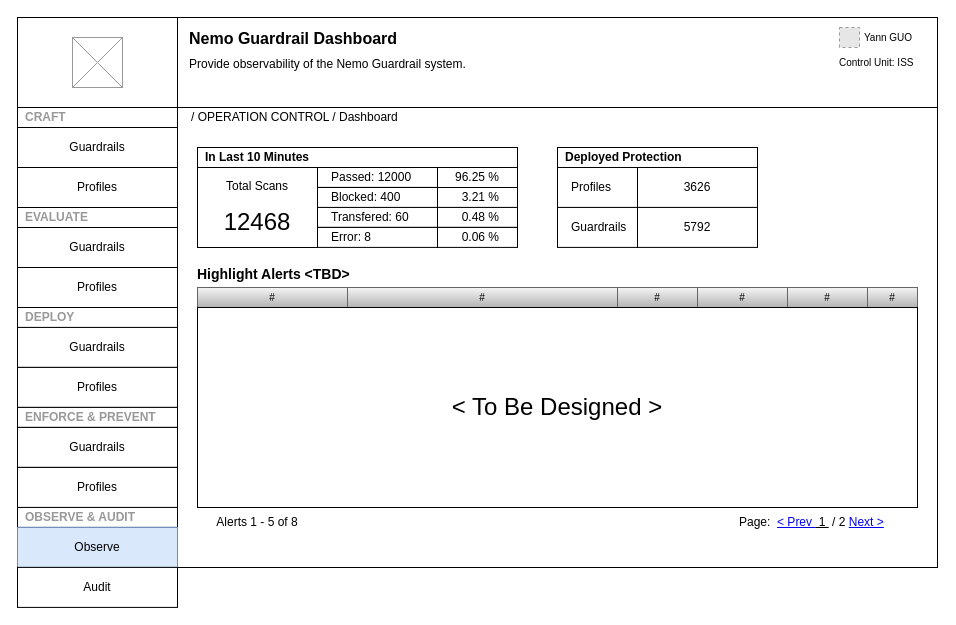
The draw.io diagram page "OA-OB-Index" (19 of 20) of NMGR.drawio in thinker-g/fx-drive, before the edit. Source tidied: cells renumbered, new cells numbered last; positions are measured from the earlier drawing's top-left corner, leaving out a move shared by most shapes. Both pictures are drawn from the tidied source at 100%, with x=0, y=0 at pixel (17, 17). Pictures stored in the file or linked from it are replaced by grey dashed boxes.
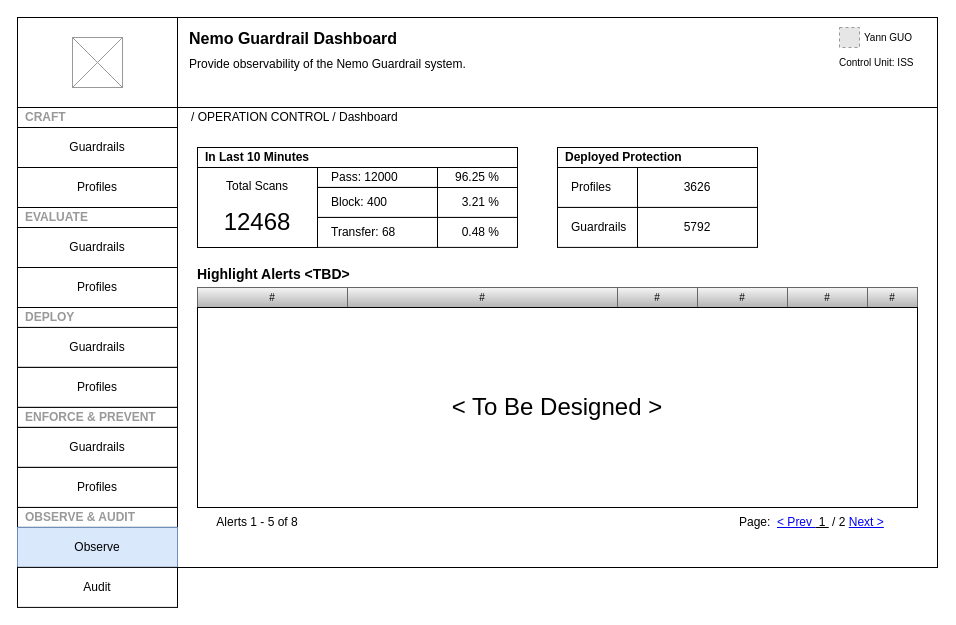
The same page after the edit.

Unchanged cells that the change refers to:
```xml
<mxCell id="10" style="group;" parent="1" vertex="1">
  <mxGeometry x="160" y="90" width="760" height="460" as="geometry" />
</mxCell>
<mxCell id="12" style="group;" parent="10" vertex="1">
  <mxGeometry x="20" y="40" width="320" height="100" as="geometry" />
</mxCell>
```

Diff of the diagram source:
```diff
@@
-    <mxCell id="15" value="Passed: 12000" style="whiteSpace=wrap;html=1;align=left;spacingLeft=12;" parent="12" vertex="1">
+    <mxCell id="15" value="Pass: 12000" style="whiteSpace=wrap;html=1;align=left;spacingLeft=12;" parent="12" vertex="1">
       <mxGeometry x="120" y="19.9" width="120" height="20" as="geometry" />
     </mxCell>
-    <mxCell id="16" value="Blocked: 400" style="whiteSpace=wrap;html=1;align=left;spacingLeft=12;" parent="12" vertex="1">
-      <mxGeometry x="120" y="40" width="120" height="20" as="geometry" />
+    <mxCell id="16" value="Block: 400" style="whiteSpace=wrap;html=1;align=left;spacingLeft=12;" parent="12" vertex="1">
+      <mxGeometry x="120" y="40" width="120" height="30" as="geometry" />
     </mxCell>
-    <mxCell id="17" value="Transfered: 60" style="whiteSpace=wrap;html=1;align=left;spacingLeft=12;" parent="12" vertex="1">
-      <mxGeometry x="120" y="59.9" width="120" height="20" as="geometry" />
-    </mxCell>
@@
     <mxCell id="19" value="&amp;nbsp; 3.21 %" style="whiteSpace=wrap;html=1;align=center;spacingLeft=0;" parent="12" vertex="1">
-      <mxGeometry x="240" y="40" width="80" height="20" as="geometry" />
+      <mxGeometry x="240" y="40" width="80" height="30" as="geometry" />
     </mxCell>
-    <mxCell id="20" value="&amp;nbsp; 0.48 %" style="whiteSpace=wrap;html=1;align=center;spacingLeft=0;" parent="12" vertex="1">
-      <mxGeometry x="240" y="59.9" width="80" height="20" as="geometry" />
-    </mxCell>
-    <mxCell id="21" value="Error: 8" style="whiteSpace=wrap;html=1;align=left;spacingLeft=12;" parent="12" vertex="1">
-      <mxGeometry x="120" y="79.9" width="120" height="20" as="geometry" />
-    </mxCell>
-    <mxCell id="22" value="&amp;nbsp; 0.06 %" style="whiteSpace=wrap;html=1;align=center;spacingLeft=0;" parent="12" vertex="1">
-      <mxGeometry x="240" y="79.9" width="80" height="20" as="geometry" />
-    </mxCell>
@@
+    <mxCell id="17" value="Transfer: 68" style="whiteSpace=wrap;html=1;align=left;spacingLeft=12;" parent="10" vertex="1">
+      <mxGeometry x="140" y="109.9" width="120" height="30" as="geometry" />
+    </mxCell>
+    <mxCell id="20" value="&amp;nbsp; 0.48 %" style="whiteSpace=wrap;html=1;align=center;spacingLeft=0;" parent="10" vertex="1">
+      <mxGeometry x="260" y="109.9" width="80" height="30" as="geometry" />
+    </mxCell>
```
